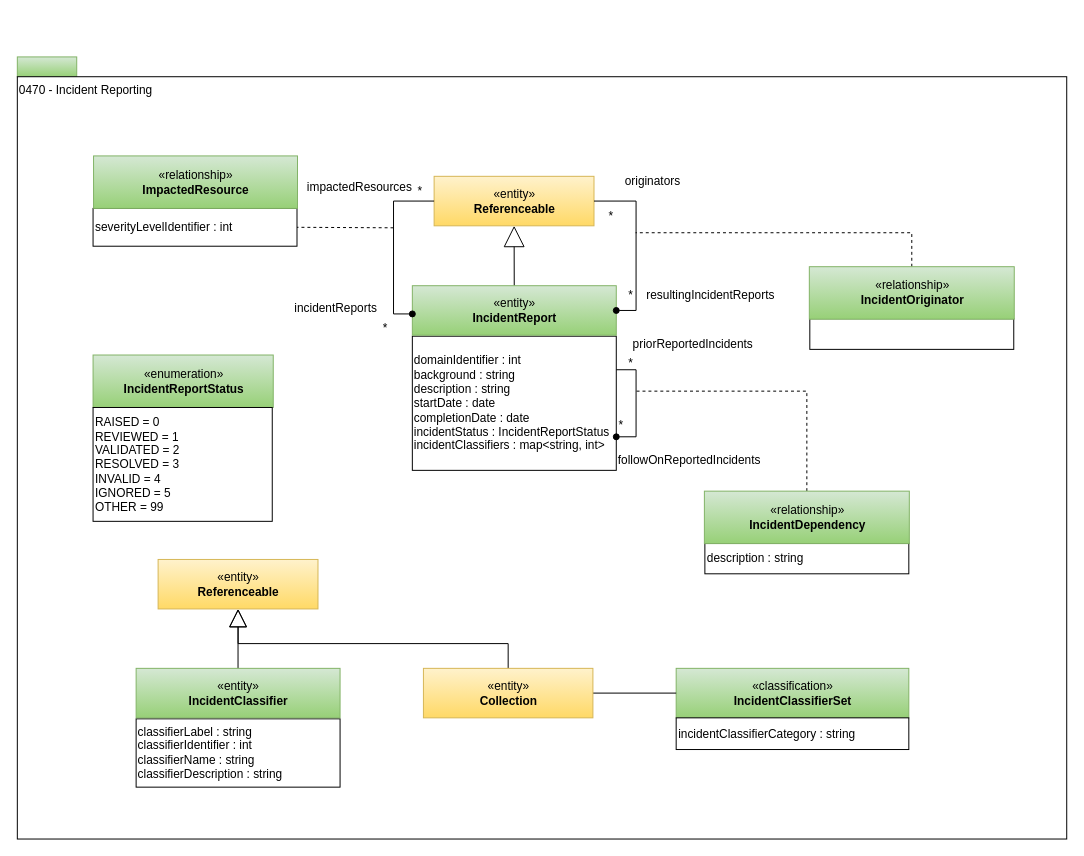
Before: page "0470-Incident-Reporting" (25 of 31) of site/docs/types/4/area-4-governance.drawio in odpi/egeria-docs, a draw.io diagram. Source tidied: cells renumbered, new cells numbered last; positions are measured from the earlier drawing's top-left corner, leaving out a move shared by most shapes. Both pictures are drawn from the tidied source at 99%, with x=0, y=0 at pixel (17, 56).
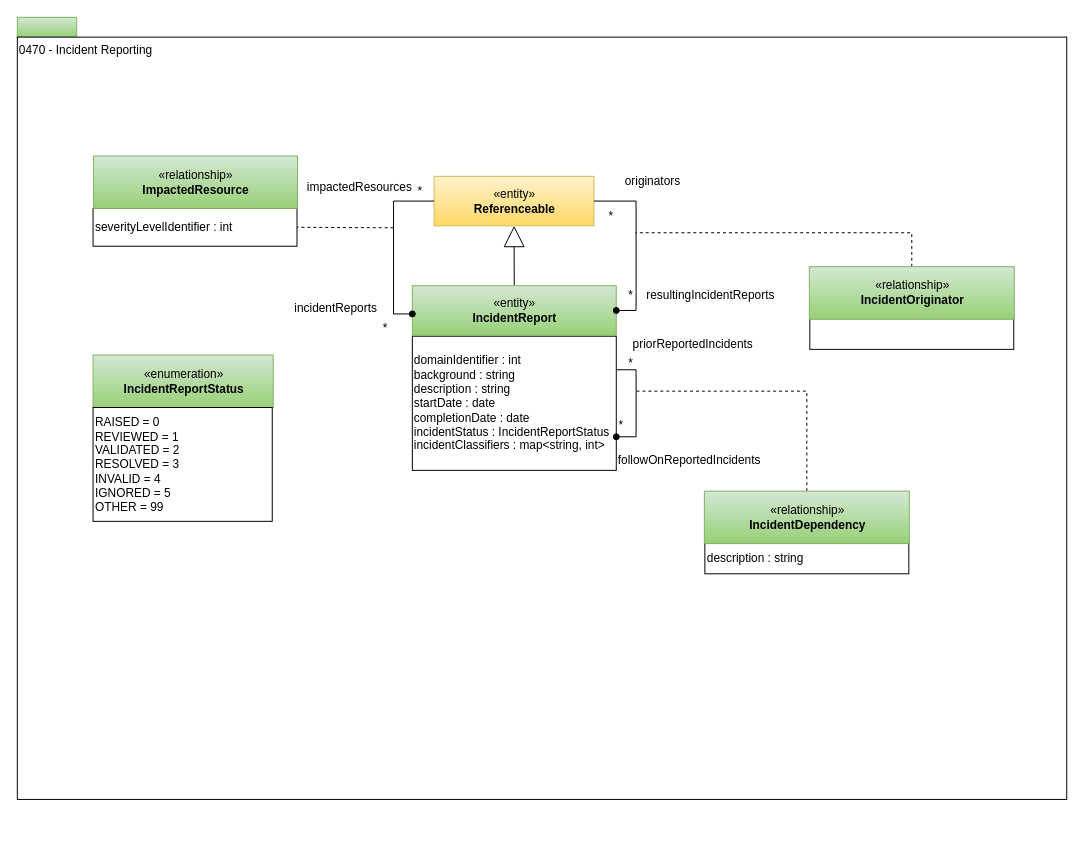
Above is the later version.

The edit, as a diff of the source:
```diff
@@
     <mxCell id="2" style="rounded=0;whiteSpace=wrap;html=1;align=left;fillColor=#d5e8d4;strokeColor=#82b366;gradientColor=#97d077;" parent="1" vertex="1">
-      <mxGeometry width="60" height="20" as="geometry" />
+      <mxGeometry y="-40" width="60" height="20" as="geometry" />
     </mxCell>
     <mxCell id="3" value="0470 - Incident Reporting" style="rounded=0;html=1;align=left;verticalAlign=top;" parent="1" vertex="1">
-      <mxGeometry y="20" width="1060" height="770" as="geometry" />
+      <mxGeometry y="-20" width="1060" height="770" as="geometry" />
     </mxCell>
@@
-    <mxCell id="32" value="&lt;span&gt;classifierLabel : string&lt;br&gt;classifierIdentifier : int&lt;br&gt;classifierName : string&lt;br&gt;&lt;/span&gt;&lt;span&gt;classifierDescription : string&lt;/span&gt;&lt;span&gt;&lt;br&gt;&lt;/span&gt;" style="rounded=0;whiteSpace=wrap;html=1;strokeColor=#000000;gradientColor=#ffffff;align=left;" parent="1" vertex="1">
-      <mxGeometry x="120" y="668.6" width="206" height="69" as="geometry" />
-    </mxCell>
-    <mxCell id="33" style="edgeStyle=orthogonalEdgeStyle;rounded=0;jettySize=auto;html=1;entryX=0.5;entryY=1;entryDx=0;entryDy=0;endArrow=block;endFill=0;endSize=16;" parent="1" edge="1" source="34" target="35">
-      <mxGeometry relative="1" as="geometry" />
-    </mxCell>
-    <mxCell id="34" value="«entity»&lt;br&gt;&lt;b&gt;IncidentClassifier&lt;/b&gt;" style="html=1;strokeColor=#82b366;align=center;fillColor=#d5e8d4;gradientColor=#97d077;" parent="1" vertex="1">
-      <mxGeometry x="120" y="617.6" width="206" height="50" as="geometry" />
-    </mxCell>
-    <mxCell id="35" value="«entity»&lt;br&gt;&lt;b&gt;Referenceable&lt;/b&gt;" style="html=1;strokeColor=#d6b656;align=center;fillColor=#fff2cc;gradientColor=#ffd966;" parent="1" vertex="1">
-      <mxGeometry x="142.2" y="507.6" width="161.5" height="50" as="geometry" />
-    </mxCell>
-    <mxCell id="36" value="«classification»&lt;br&gt;&lt;b&gt;IncidentClassifierSet&lt;/b&gt;" style="html=1;strokeColor=#82b366;align=center;fillColor=#d5e8d4;gradientColor=#97d077;" parent="1" vertex="1">
-      <mxGeometry x="665.5" y="617.6" width="235" height="50" as="geometry" />
-    </mxCell>
-    <mxCell id="37" value="incidentClassifierCategory : string" style="rounded=0;whiteSpace=wrap;html=1;strokeColor=#000000;gradientColor=#ffffff;align=left;" parent="1" vertex="1">
-      <mxGeometry x="665.5" y="667.6" width="235" height="32" as="geometry" />
-    </mxCell>
-    <mxCell id="38" style="edgeStyle=orthogonalEdgeStyle;rounded=0;jettySize=auto;html=1;exitX=1;exitY=0.5;exitDx=0;exitDy=0;entryX=0;entryY=0.5;entryDx=0;entryDy=0;endArrow=none;endFill=0;" parent="1" edge="1" source="40" target="36">
-      <mxGeometry relative="1" as="geometry" />
-    </mxCell>
-    <mxCell id="39" style="edgeStyle=orthogonalEdgeStyle;rounded=0;jettySize=auto;html=1;exitX=0.5;exitY=0;exitDx=0;exitDy=0;endArrow=block;endFill=0;endSize=16;" parent="1" edge="1" source="40" target="35">
-      <mxGeometry relative="1" as="geometry" />
-    </mxCell>
-    <mxCell id="40" value="«entity»&lt;br&gt;&lt;b&gt;Collection&lt;/b&gt;" style="html=1;strokeColor=#d6b656;align=center;fillColor=#fff2cc;gradientColor=#ffd966;" parent="1" vertex="1">
-      <mxGeometry x="410.2" y="617.6" width="171.2" height="50" as="geometry" />
-    </mxCell>
```
